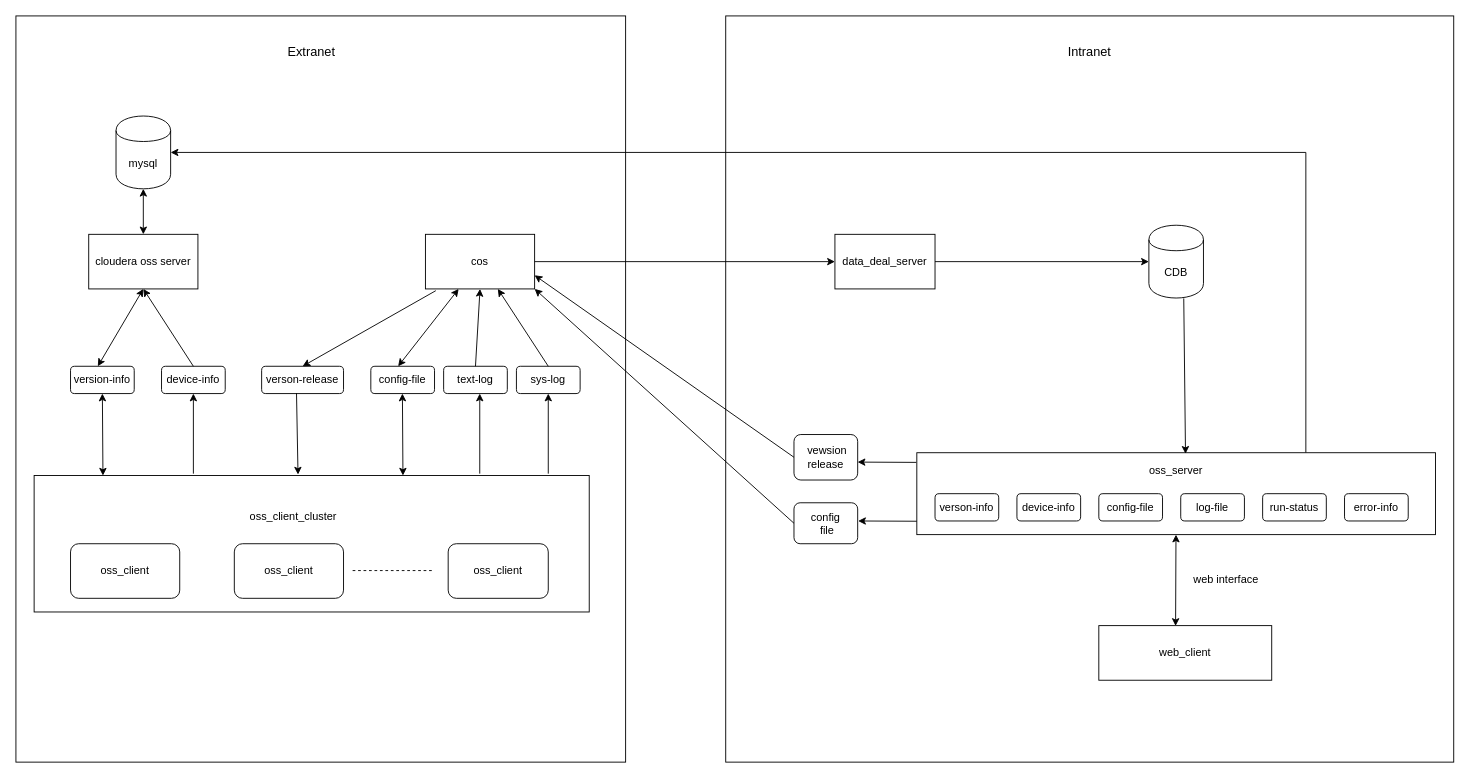
This is 架构.drawio from 2212243743/Algorithmic, a draw.io file, before an edit. Source tidied: cells renumbered, new cells numbered last; positions are measured from the earlier drawing's top-left corner, leaving out a move shared by most shapes. Both pictures are drawn from the tidied source at 91%, with x=0, y=0 at pixel (15, 15).
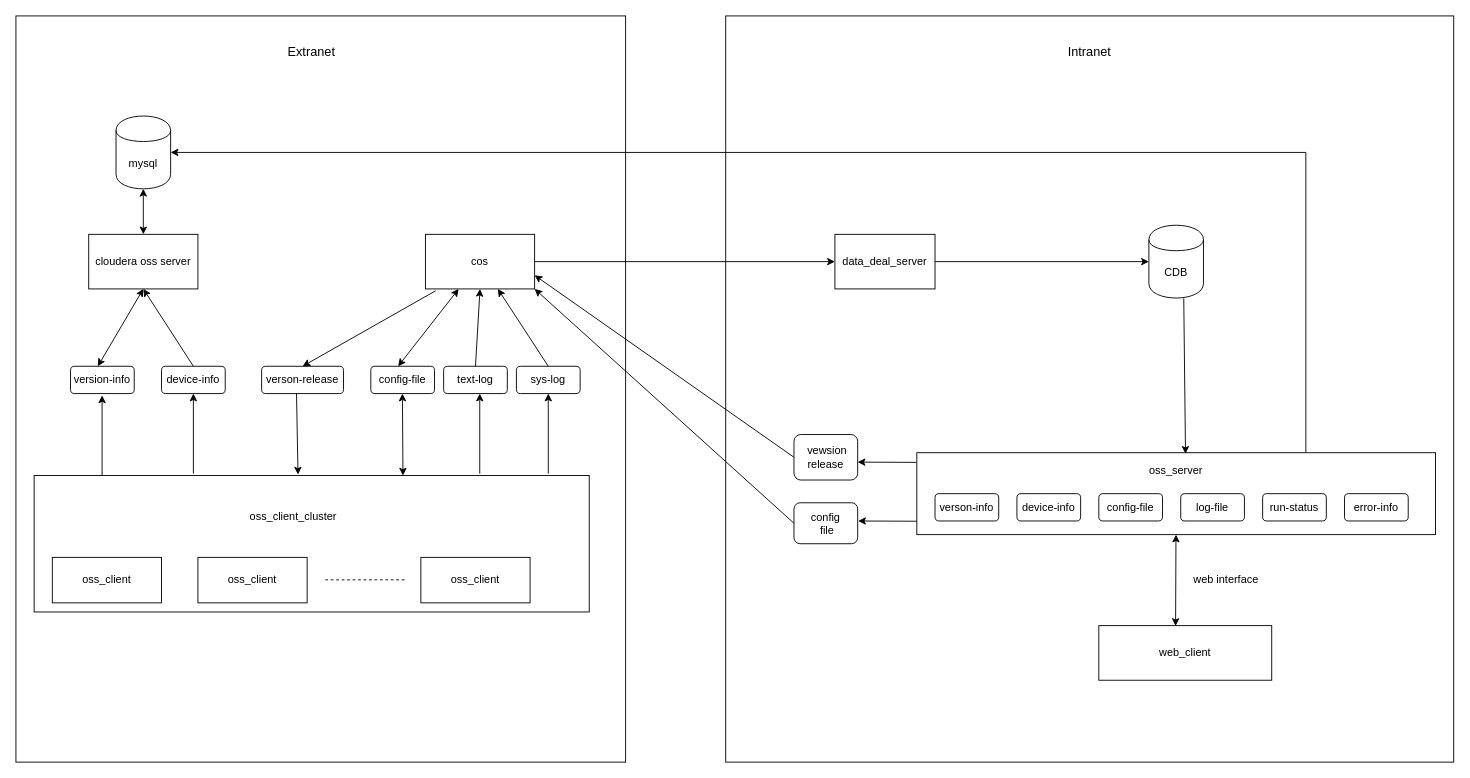
The same diagram, later.

Unchanged cells that the change refers to:
```xml
<mxCell id="6" style="rounded=0;whiteSpace=wrap;html=1;strokeColor=#000000;" parent="1" vertex="1">
  <mxGeometry x="20" y="505" width="610" height="150" as="geometry" />
</mxCell>
<mxCell id="13" value="version-info" style="rounded=1;whiteSpace=wrap;html=1;strokeColor=#000000;" parent="1" vertex="1">
  <mxGeometry x="60" y="385" width="70" height="30" as="geometry" />
</mxCell>
```

Change to the diagram source:
```diff
@@
-    <mxCell id="7" value="oss_client" style="rounded=1;whiteSpace=wrap;html=1;" parent="1" vertex="1">
-      <mxGeometry x="60" y="580" width="120" height="60" as="geometry" />
-    </mxCell>
-    <mxCell id="8" value="oss_client" style="rounded=1;whiteSpace=wrap;html=1;" parent="1" vertex="1">
-      <mxGeometry x="240" y="580" width="120" height="60" as="geometry" />
-    </mxCell>
     <mxCell id="9" style="endArrow=none;dashed=1;html=1;" parent="1" edge="1">
       <mxGeometry relative="1" as="geometry">
-        <mxPoint x="370" y="609.5" as="sourcePoint" />
-        <mxPoint x="460" y="609.5" as="targetPoint" />
+        <mxPoint x="340" y="619.7" as="sourcePoint" />
+        <mxPoint x="430" y="619.7" as="targetPoint" />
       </mxGeometry>
     </mxCell>
-    <mxCell id="10" value="oss_client" style="rounded=1;whiteSpace=wrap;html=1;" parent="1" vertex="1">
-      <mxGeometry x="475" y="580" width="110" height="60" as="geometry" />
-    </mxCell>
@@
-    <mxCell id="45" style="endArrow=classic;startArrow=classic;html=1;strokeColor=#000000;exitX=0.124;exitY=0.001;exitDx=0;exitDy=0;exitPerimeter=0;entryX=0.5;entryY=1;entryDx=0;entryDy=0;" parent="1" edge="1" source="6" target="13">
-      <mxGeometry relative="1" as="geometry" />
-    </mxCell>
@@
+    <mxCell id="58" style="endArrow=classic;html=1;strokeColor=#000000;entryX=0.5;entryY=1;entryDx=0;entryDy=0;" parent="1" edge="1">
+      <mxGeometry relative="1" as="geometry">
+        <mxPoint x="94.7" y="505" as="sourcePoint" />
+        <mxPoint x="94.7" y="417" as="targetPoint" />
+      </mxGeometry>
+    </mxCell>
+    <mxCell id="59" value="oss_client" style="rounded=0;whiteSpace=wrap;html=1;strokeColor=#000000;" parent="1" vertex="1">
+      <mxGeometry x="40" y="595" width="120" height="50" as="geometry" />
+    </mxCell>
+    <mxCell id="60" value="oss_client" style="rounded=0;whiteSpace=wrap;html=1;strokeColor=#000000;" parent="1" vertex="1">
+      <mxGeometry x="200" y="595" width="120" height="50" as="geometry" />
+    </mxCell>
+    <mxCell id="61" value="oss_client" style="rounded=0;whiteSpace=wrap;html=1;strokeColor=#000000;" parent="1" vertex="1">
+      <mxGeometry x="445" y="595" width="120" height="50" as="geometry" />
+    </mxCell>
```
